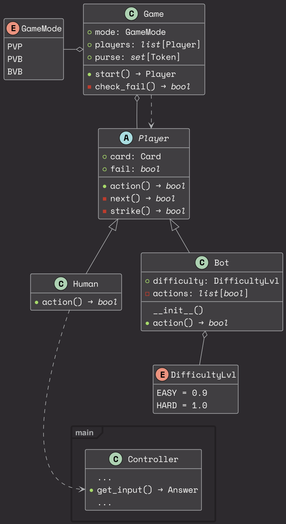
Above: docs/game.png in learning-AIU/python-developer-9 (PlantUML), before the change.
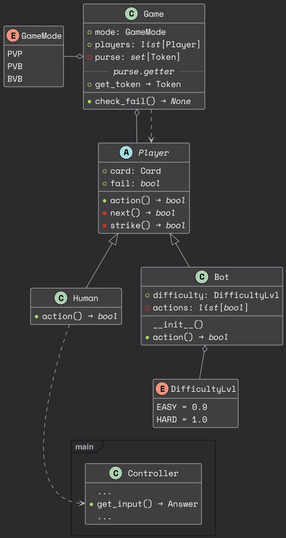
After the change.

Commit message:
переработка модели игрового процесса

>class Game

What changed in the source:
```diff
@@ -42,9 +42,11 @@
 class Game {
     +mode: GameMode
     +players: <i>list</i>[Player]
-    +purse: <i>set</i>[Token]
-    +start() → Player
-    -check_fail() → <i>bool</i>
+    -purse: <i>set</i>[Token]
+    ..<i> purse.getter </i>..
+    +get_token → Token
+    __
+    +check_fail() → <i>None</i>
 }
 
 
@@ -66,8 +68,7 @@
 
 Game o-left- GameMode
 Game o-down- Player
-
-Game ..> Player
+Game .down.> Player
 
 
 DifficultyLvl -[hidden]- Controller
```
